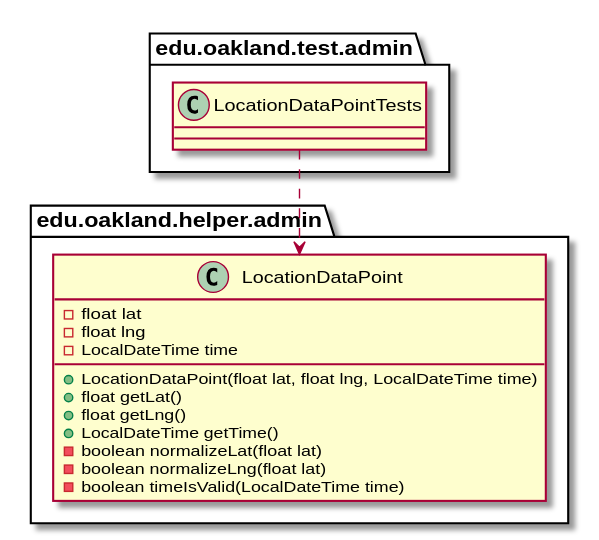
The PlantUML diagram docs/uml-class-diagrams/admin/test/LocationDataPointTests/LocationDataPointTests_Closure.svg in andrewdimmer/csi-3370-software-project, before a commit.
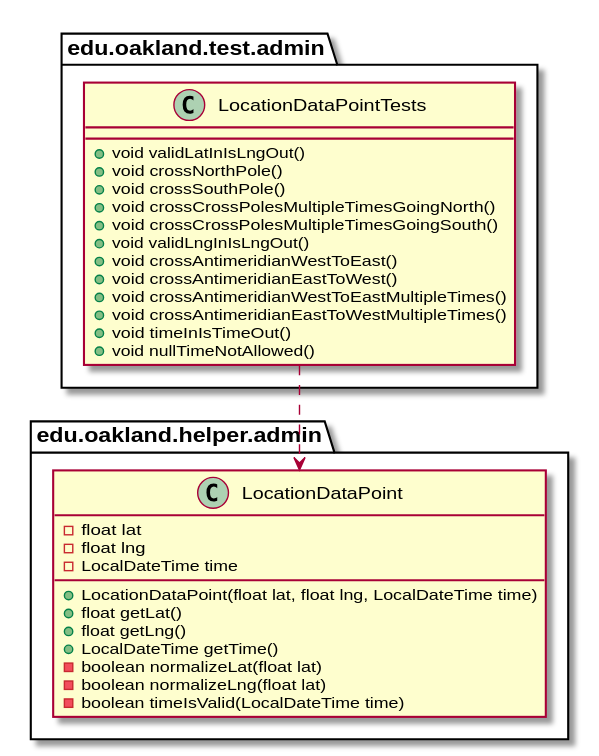
After the commit.

Change to the diagram source:
```diff
@@ -3,7 +3,18 @@
 
 package edu.oakland.test.admin {
     class LocationDataPointTests {
-
+        + void validLatInIsLngOut()
+        + void crossNorthPole()
+        + void crossSouthPole()
+        + void crossCrossPolesMultipleTimesGoingNorth()
+        + void crossCrossPolesMultipleTimesGoingSouth()
+        + void validLngInIsLngOut()
+        + void crossAntimeridianWestToEast()
+        + void crossAntimeridianEastToWest()
+        + void crossAntimeridianWestToEastMultipleTimes()
+        + void crossAntimeridianEastToWestMultipleTimes()
+        + void timeInIsTimeOut()
+        + void nullTimeNotAllowed()
     }
 }
 
```
